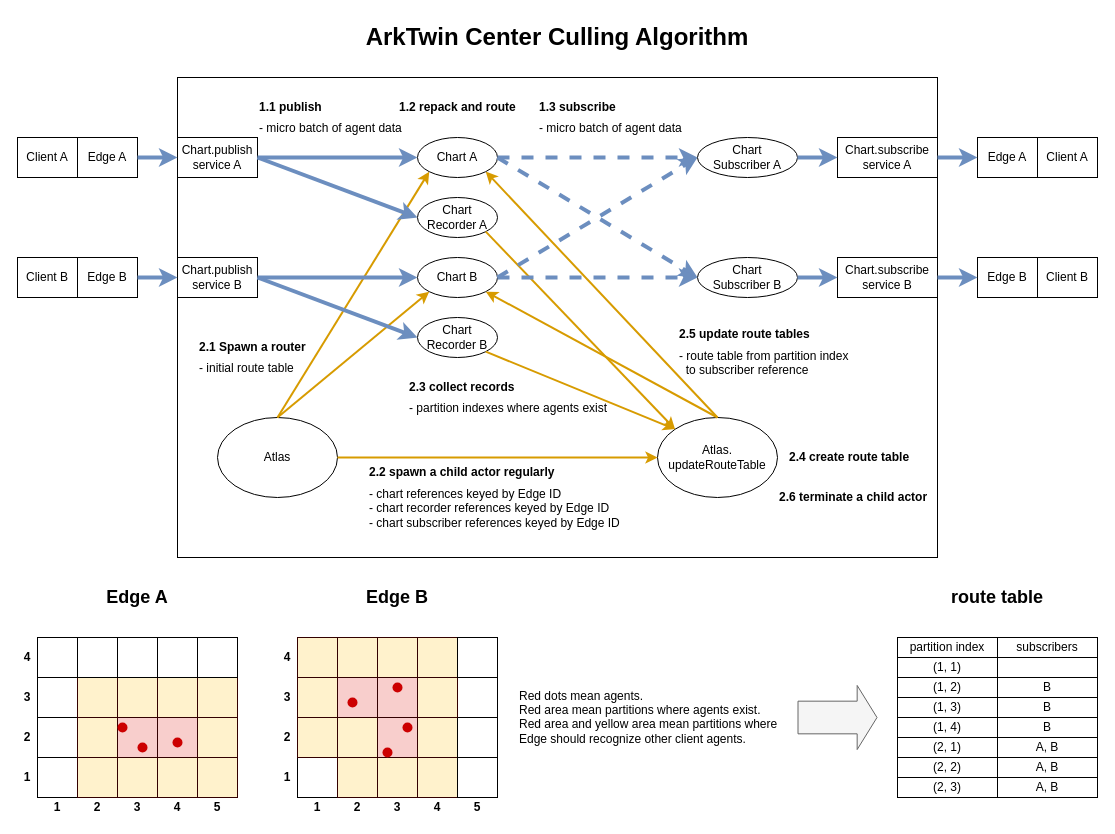
This is docs/center-culling.drawio from arktwin/arktwin, a draw.io file, before an edit. Source tidied: cells renumbered, new cells numbered last; positions are measured from the earlier drawing's top-left corner, leaving out a move shared by most shapes. Both pictures are drawn from the tidied source at 100%, with x=0, y=0 at pixel (17, 17).
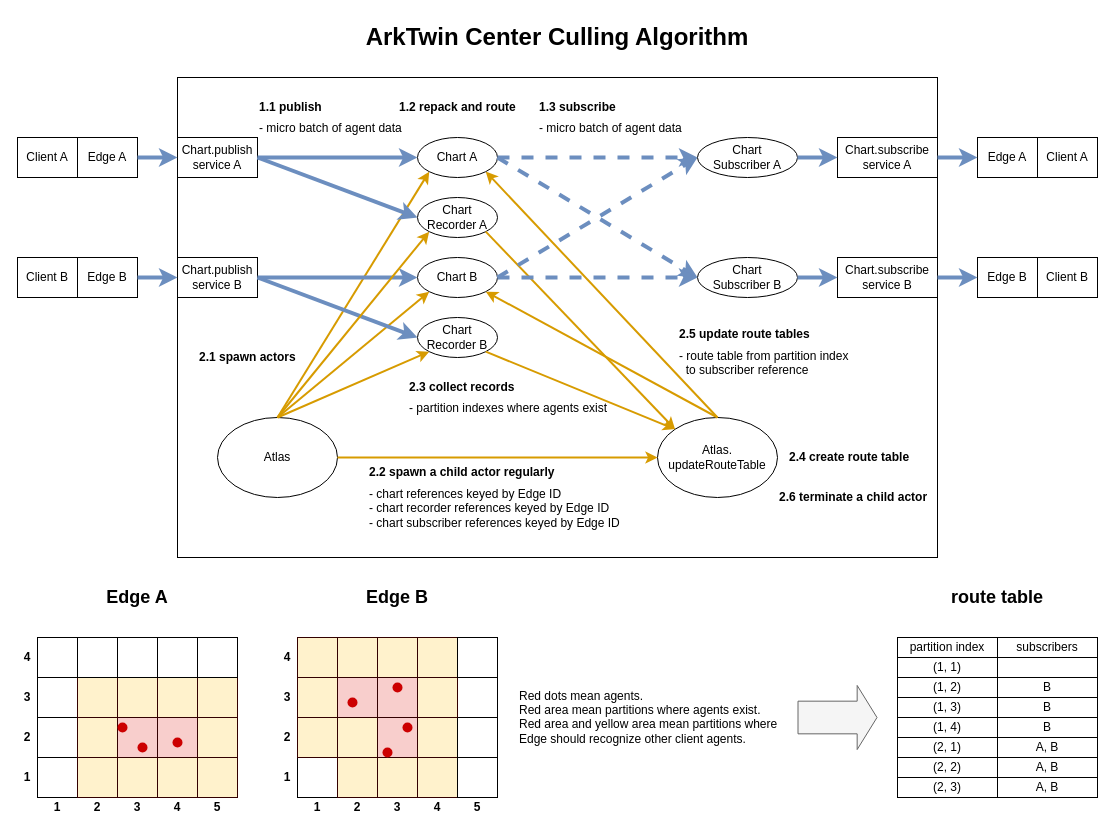
Above is the later version.

Commit message (it also covers changes not shown here):
Fix a center culling diagram

Unchanged cells that the change refers to:
```xml
<mxCell id="8" value="Atlas" style="ellipse;whiteSpace=wrap;html=1;" parent="1" vertex="1">
  <mxGeometry x="200" y="400" width="120" height="80" as="geometry" />
</mxCell>
<mxCell id="9" value="Chart&lt;div&gt;Recorder A&lt;/div&gt;" style="ellipse;whiteSpace=wrap;html=1;" parent="1" vertex="1">
  <mxGeometry x="400" y="180" width="80" height="40" as="geometry" />
</mxCell>
<mxCell id="16" value="Chart&lt;div&gt;Recorder B&lt;/div&gt;" style="ellipse;whiteSpace=wrap;html=1;" parent="1" vertex="1">
  <mxGeometry x="400" y="300" width="80" height="40" as="geometry" />
</mxCell>
```

Change to the diagram source:
```diff
@@
-    <mxCell id="38" value="&lt;b&gt;2.1 Spawn a router&lt;/b&gt;&lt;div style=&quot;font-size: 6px;&quot;&gt;&lt;b&gt;&lt;br&gt;&lt;/b&gt;&lt;div style=&quot;line-height: 160%; font-size: 12px;&quot;&gt;&lt;div style=&quot;line-height: 120%;&quot;&gt;&lt;span style=&quot;background-color: initial;&quot;&gt;- initial route table&lt;br&gt;&lt;/span&gt;&lt;/div&gt;&lt;/div&gt;&lt;/div&gt;" style="text;html=1;align=left;verticalAlign=middle;whiteSpace=wrap;rounded=0;" parent="1" vertex="1">
+    <mxCell id="38" value="&lt;b&gt;2.1 spawn actors&lt;/b&gt;" style="text;html=1;align=left;verticalAlign=middle;whiteSpace=wrap;rounded=0;" parent="1" vertex="1">
       <mxGeometry x="180" y="320" width="110" height="40" as="geometry" />
     </mxCell>
@@
+    <mxCell id="140" style="endArrow=classic;html=1;rounded=0;exitX=0.5;exitY=0;exitDx=0;exitDy=0;entryX=0;entryY=1;entryDx=0;entryDy=0;strokeWidth=2;fillColor=#ffe6cc;strokeColor=#d79b00;" parent="1" edge="1" source="8" target="9">
+      <mxGeometry relative="1" as="geometry" />
+    </mxCell>
+    <mxCell id="141" style="endArrow=classic;html=1;rounded=0;exitX=0.5;exitY=0;exitDx=0;exitDy=0;entryX=0;entryY=1;entryDx=0;entryDy=0;strokeWidth=2;fillColor=#ffe6cc;strokeColor=#d79b00;" parent="1" edge="1" source="8" target="16">
+      <mxGeometry relative="1" as="geometry" />
+    </mxCell>
```
